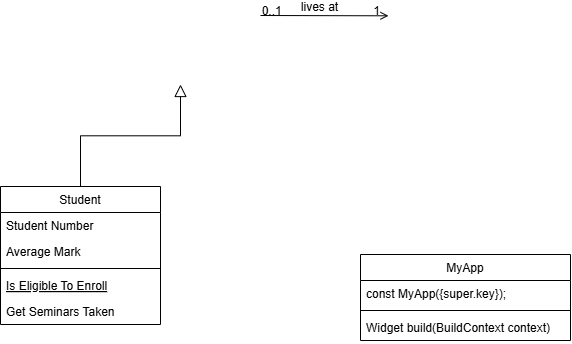
Above: Documentation/Planify_ClassDiagram.drawio.png in muazzamaqeel/Planify-Calendar (draw.io), before the change. Source tidied: cells renumbered, new cells last; positions are measured from the earlier drawing's top-left corner, leaving out a move shared by most shapes.
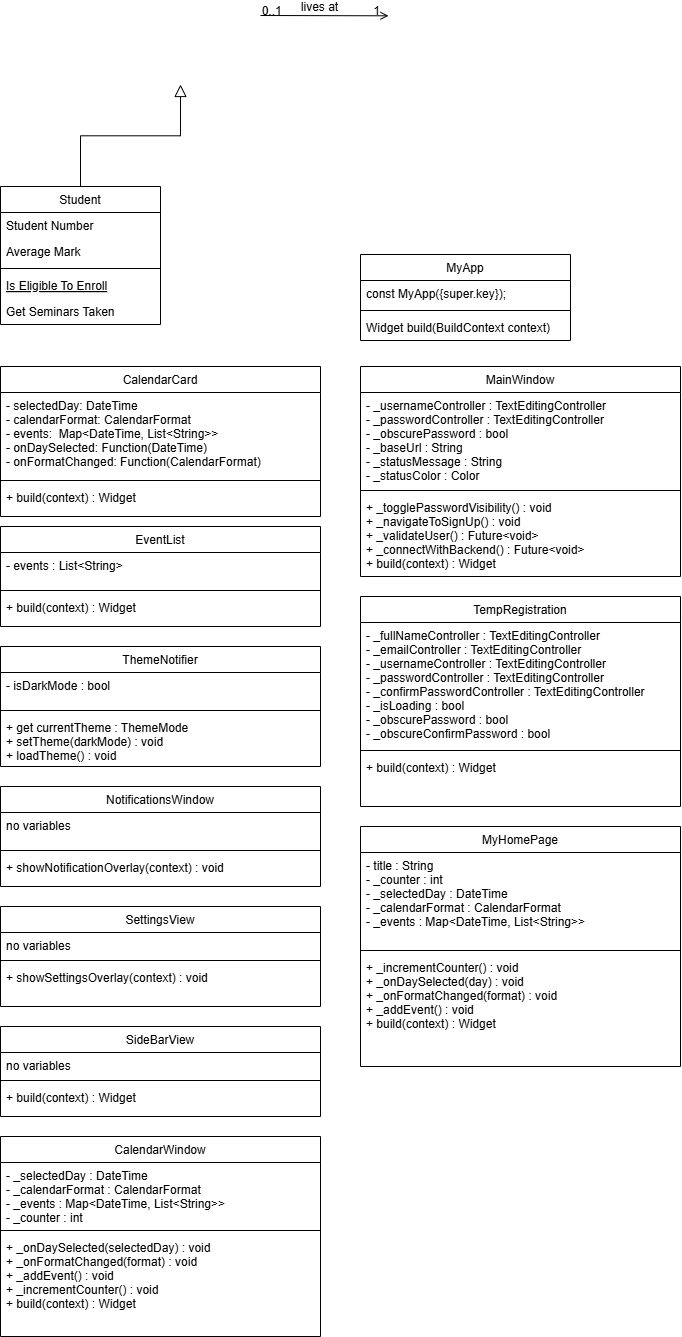
After the change.

The edit, as a diff of the source:
```diff
@@ -59,5 +59,125 @@
         <mxPoint x="-38" y="40" as="offset" />
       </mxGeometry>
     </mxCell>
+    <mxCell id="17" value="CalendarCard" style="swimlane;fontStyle=0;align=center;verticalAlign=top;horizontal=1;startSize=26;rounded=0;shadow=0;strokeWidth=1;" parent="1" vertex="1">
+      <mxGeometry y="351" width="320" height="150" as="geometry" />
+    </mxCell>
+    <mxCell id="18" value="- selectedDay: DateTime &#10;- calendarFormat: CalendarFormat &#10;- events:  Map&lt;DateTime, List&lt;String&gt;&gt;&#10;- onDaySelected: Function(DateTime) &#10;- onFormatChanged: Function(CalendarFormat)" style="text;align=left;verticalAlign=top;spacingLeft=4;spacingRight=4;overflow=hidden;" parent="17" vertex="1">
+      <mxGeometry y="26" width="320" height="84" as="geometry" />
+    </mxCell>
+    <mxCell id="19" style="line;html=1;strokeWidth=1;align=left;verticalAlign=middle;spacingTop=-1;spacingLeft=3;spacingRight=3;labelPosition=right;" parent="17" vertex="1">
+      <mxGeometry y="110" width="320" height="8" as="geometry" />
+    </mxCell>
+    <mxCell id="20" value="+ build(context) : Widget " style="text;align=left;verticalAlign=top;spacingLeft=4;spacingRight=4;overflow=hidden;fontStyle=0;" parent="17" vertex="1">
+      <mxGeometry y="118" width="320" height="24" as="geometry" />
+    </mxCell>
+    <mxCell id="21" value="EventList" style="swimlane;fontStyle=0;align=center;verticalAlign=top;horizontal=1;startSize=26;rounded=0;shadow=0;strokeWidth=1;" parent="1" vertex="1">
+      <mxGeometry y="511" width="320" height="100" as="geometry" />
+    </mxCell>
+    <mxCell id="22" value="- events : List&lt;String&gt; &#10; &#10;" style="text;align=left;verticalAlign=top;spacingLeft=4;spacingRight=4;overflow=hidden;" parent="21" vertex="1">
+      <mxGeometry y="26" width="320" height="34" as="geometry" />
+    </mxCell>
+    <mxCell id="23" style="line;html=1;strokeWidth=1;align=left;verticalAlign=middle;spacingTop=-1;spacingLeft=3;spacingRight=3;labelPosition=right;" parent="21" vertex="1">
+      <mxGeometry y="60" width="320" height="8" as="geometry" />
+    </mxCell>
+    <mxCell id="24" value="+ build(context) : Widget&#10; " style="text;align=left;verticalAlign=top;spacingLeft=4;spacingRight=4;overflow=hidden;fontStyle=0;" parent="21" vertex="1">
+      <mxGeometry y="68" width="320" height="24" as="geometry" />
+    </mxCell>
+    <mxCell id="25" value="ThemeNotifier" style="swimlane;fontStyle=0;align=center;verticalAlign=top;horizontal=1;startSize=26;rounded=0;shadow=0;strokeWidth=1;" parent="1" vertex="1">
+      <mxGeometry y="631" width="320" height="120" as="geometry" />
+    </mxCell>
+    <mxCell id="26" value="- isDarkMode : bool &#10;" style="text;align=left;verticalAlign=top;spacingLeft=4;spacingRight=4;overflow=hidden;" parent="25" vertex="1">
+      <mxGeometry y="26" width="320" height="34" as="geometry" />
+    </mxCell>
+    <mxCell id="27" style="line;html=1;strokeWidth=1;align=left;verticalAlign=middle;spacingTop=-1;spacingLeft=3;spacingRight=3;labelPosition=right;" parent="25" vertex="1">
+      <mxGeometry y="60" width="320" height="8" as="geometry" />
+    </mxCell>
+    <mxCell id="28" value="+ get currentTheme : ThemeMode    &#10;+ setTheme(darkMode) : void       &#10;+ loadTheme() : void" style="text;align=left;verticalAlign=top;spacingLeft=4;spacingRight=4;overflow=hidden;fontStyle=0;" parent="25" vertex="1">
+      <mxGeometry y="68" width="320" height="52" as="geometry" />
+    </mxCell>
+    <mxCell id="29" value="NotificationsWindow " style="swimlane;fontStyle=0;align=center;verticalAlign=top;horizontal=1;startSize=26;rounded=0;shadow=0;strokeWidth=1;" parent="1" vertex="1">
+      <mxGeometry y="771" width="320" height="100" as="geometry" />
+    </mxCell>
+    <mxCell id="30" value="no variables" style="text;align=left;verticalAlign=top;spacingLeft=4;spacingRight=4;overflow=hidden;" parent="29" vertex="1">
+      <mxGeometry y="26" width="320" height="34" as="geometry" />
+    </mxCell>
+    <mxCell id="31" style="line;html=1;strokeWidth=1;align=left;verticalAlign=middle;spacingTop=-1;spacingLeft=3;spacingRight=3;labelPosition=right;" parent="29" vertex="1">
+      <mxGeometry y="60" width="320" height="8" as="geometry" />
+    </mxCell>
+    <mxCell id="32" value="+ showNotificationOverlay(context) : void" style="text;align=left;verticalAlign=top;spacingLeft=4;spacingRight=4;overflow=hidden;fontStyle=0;" parent="29" vertex="1">
+      <mxGeometry y="68" width="320" height="32" as="geometry" />
+    </mxCell>
+    <mxCell id="33" value="SettingsView" style="swimlane;fontStyle=0;align=center;verticalAlign=top;horizontal=1;startSize=26;rounded=0;shadow=0;strokeWidth=1;" parent="1" vertex="1">
+      <mxGeometry y="891" width="320" height="100" as="geometry" />
+    </mxCell>
+    <mxCell id="34" value="no variables" style="text;align=left;verticalAlign=top;spacingLeft=4;spacingRight=4;overflow=hidden;" parent="33" vertex="1">
+      <mxGeometry y="26" width="320" height="24" as="geometry" />
+    </mxCell>
+    <mxCell id="35" style="line;html=1;strokeWidth=1;align=left;verticalAlign=middle;spacingTop=-1;spacingLeft=3;spacingRight=3;labelPosition=right;" parent="33" vertex="1">
+      <mxGeometry y="50" width="320" height="8" as="geometry" />
+    </mxCell>
+    <mxCell id="36" value="+ showSettingsOverlay(context) : void" style="text;align=left;verticalAlign=top;spacingLeft=4;spacingRight=4;overflow=hidden;fontStyle=0;" parent="33" vertex="1">
+      <mxGeometry y="58" width="320" height="22" as="geometry" />
+    </mxCell>
+    <mxCell id="37" value="SideBarView" style="swimlane;fontStyle=0;align=center;verticalAlign=top;horizontal=1;startSize=26;rounded=0;shadow=0;strokeWidth=1;" parent="1" vertex="1">
+      <mxGeometry y="1011" width="320" height="90" as="geometry" />
+    </mxCell>
+    <mxCell id="38" value="no variables" style="text;align=left;verticalAlign=top;spacingLeft=4;spacingRight=4;overflow=hidden;" parent="37" vertex="1">
+      <mxGeometry y="26" width="320" height="24" as="geometry" />
+    </mxCell>
+    <mxCell id="39" style="line;html=1;strokeWidth=1;align=left;verticalAlign=middle;spacingTop=-1;spacingLeft=3;spacingRight=3;labelPosition=right;" parent="37" vertex="1">
+      <mxGeometry y="50" width="320" height="8" as="geometry" />
+    </mxCell>
+    <mxCell id="40" value="+ build(context) : Widget" style="text;align=left;verticalAlign=top;spacingLeft=4;spacingRight=4;overflow=hidden;fontStyle=0;" parent="37" vertex="1">
+      <mxGeometry y="58" width="320" height="22" as="geometry" />
+    </mxCell>
+    <mxCell id="41" value="CalendarWindow" style="swimlane;fontStyle=0;align=center;verticalAlign=top;horizontal=1;startSize=26;rounded=0;shadow=0;strokeWidth=1;" parent="1" vertex="1">
+      <mxGeometry y="1121" width="320" height="200" as="geometry" />
+    </mxCell>
+    <mxCell id="42" value="- _selectedDay : DateTime&#10;- _calendarFormat : CalendarFormat&#10;- _events : Map&lt;DateTime, List&lt;String&gt;&gt; &#10;- _counter : int &#10;&#10;" style="text;align=left;verticalAlign=top;spacingLeft=4;spacingRight=4;overflow=hidden;" parent="41" vertex="1">
+      <mxGeometry y="26" width="320" height="64" as="geometry" />
+    </mxCell>
+    <mxCell id="43" style="line;html=1;strokeWidth=1;align=left;verticalAlign=middle;spacingTop=-1;spacingLeft=3;spacingRight=3;labelPosition=right;" parent="41" vertex="1">
+      <mxGeometry y="90" width="320" height="8" as="geometry" />
+    </mxCell>
+    <mxCell id="44" value="+ _onDaySelected(selectedDay) : void              &#10;+ _onFormatChanged(format) : void                 &#10;+ _addEvent() : void                              &#10;+ _incrementCounter() : void                     &#10;+ build(context) : Widget " style="text;align=left;verticalAlign=top;spacingLeft=4;spacingRight=4;overflow=hidden;fontStyle=0;" parent="41" vertex="1">
+      <mxGeometry y="98" width="320" height="82" as="geometry" />
+    </mxCell>
+    <mxCell id="45" value="MainWindow" style="swimlane;fontStyle=0;align=center;verticalAlign=top;horizontal=1;startSize=26;rounded=0;shadow=0;strokeWidth=1;" parent="1" vertex="1">
+      <mxGeometry x="360" y="351" width="320" height="210" as="geometry" />
+    </mxCell>
+    <mxCell id="46" value="- _usernameController : TextEditingController            &#10;- _passwordController : TextEditingController            &#10;- _obscurePassword : bool                                &#10;- _baseUrl : String                                      &#10;- _statusMessage : String                                &#10;- _statusColor : Color  " style="text;align=left;verticalAlign=top;spacingLeft=4;spacingRight=4;overflow=hidden;" parent="45" vertex="1">
+      <mxGeometry y="26" width="320" height="94" as="geometry" />
+    </mxCell>
+    <mxCell id="47" style="line;html=1;strokeWidth=1;align=left;verticalAlign=middle;spacingTop=-1;spacingLeft=3;spacingRight=3;labelPosition=right;" parent="45" vertex="1">
+      <mxGeometry y="120" width="320" height="8" as="geometry" />
+    </mxCell>
+    <mxCell id="48" value="+ _togglePasswordVisibility() : void                    &#10;+ _navigateToSignUp() : void                            &#10;+ _validateUser() : Future&lt;void&gt;                        &#10;+ _connectWithBackend() : Future&lt;void&gt;                  &#10;+ build(context) : Widget" style="text;align=left;verticalAlign=top;spacingLeft=4;spacingRight=4;overflow=hidden;fontStyle=0;" parent="45" vertex="1">
+      <mxGeometry y="128" width="320" height="82" as="geometry" />
+    </mxCell>
+    <mxCell id="49" value="TempRegistration" style="swimlane;fontStyle=0;align=center;verticalAlign=top;horizontal=1;startSize=26;rounded=0;shadow=0;strokeWidth=1;" parent="1" vertex="1">
+      <mxGeometry x="360" y="581" width="320" height="210" as="geometry" />
+    </mxCell>
+    <mxCell id="50" value="- _fullNameController : TextEditingController              &#10;- _emailController : TextEditingController                 &#10;- _usernameController : TextEditingController              &#10;- _passwordController : TextEditingController              &#10;- _confirmPasswordController : TextEditingController      &#10;- _isLoading : bool                                        &#10;- _obscurePassword : bool                                  &#10;- _obscureConfirmPassword : bool                           &#10; " style="text;align=left;verticalAlign=top;spacingLeft=4;spacingRight=4;overflow=hidden;" parent="49" vertex="1">
+      <mxGeometry y="26" width="320" height="124" as="geometry" />
+    </mxCell>
+    <mxCell id="51" style="line;html=1;strokeWidth=1;align=left;verticalAlign=middle;spacingTop=-1;spacingLeft=3;spacingRight=3;labelPosition=right;" parent="49" vertex="1">
+      <mxGeometry y="150" width="320" height="8" as="geometry" />
+    </mxCell>
+    <mxCell id="52" value="+ build(context) : Widget " style="text;align=left;verticalAlign=top;spacingLeft=4;spacingRight=4;overflow=hidden;fontStyle=0;" parent="49" vertex="1">
+      <mxGeometry y="158" width="320" height="32" as="geometry" />
+    </mxCell>
+    <mxCell id="53" value="MyHomePage" style="swimlane;fontStyle=0;align=center;verticalAlign=top;horizontal=1;startSize=26;rounded=0;shadow=0;strokeWidth=1;" parent="1" vertex="1">
+      <mxGeometry x="360" y="811" width="320" height="240" as="geometry" />
+    </mxCell>
+    <mxCell id="54" value="- title : String                                            &#10;- _counter : int                                            &#10;- _selectedDay : DateTime                                   &#10;- _calendarFormat : CalendarFormat                         &#10;- _events : Map&lt;DateTime, List&lt;String&gt;&gt;  " style="text;align=left;verticalAlign=top;spacingLeft=4;spacingRight=4;overflow=hidden;" parent="53" vertex="1">
+      <mxGeometry y="26" width="320" height="94" as="geometry" />
+    </mxCell>
+    <mxCell id="55" style="line;html=1;strokeWidth=1;align=left;verticalAlign=middle;spacingTop=-1;spacingLeft=3;spacingRight=3;labelPosition=right;" parent="53" vertex="1">
+      <mxGeometry y="120" width="320" height="8" as="geometry" />
+    </mxCell>
+    <mxCell id="56" value="+ _incrementCounter() : void                                &#10;+ _onDaySelected(day) : void                                &#10;+ _onFormatChanged(format) : void                           &#10;+ _addEvent() : void                                        &#10;+ build(context) : Widget  " style="text;align=left;verticalAlign=top;spacingLeft=4;spacingRight=4;overflow=hidden;fontStyle=0;" parent="53" vertex="1">
+      <mxGeometry y="128" width="320" height="92" as="geometry" />
+    </mxCell>
   </root>
 </mxGraphModel>
```
